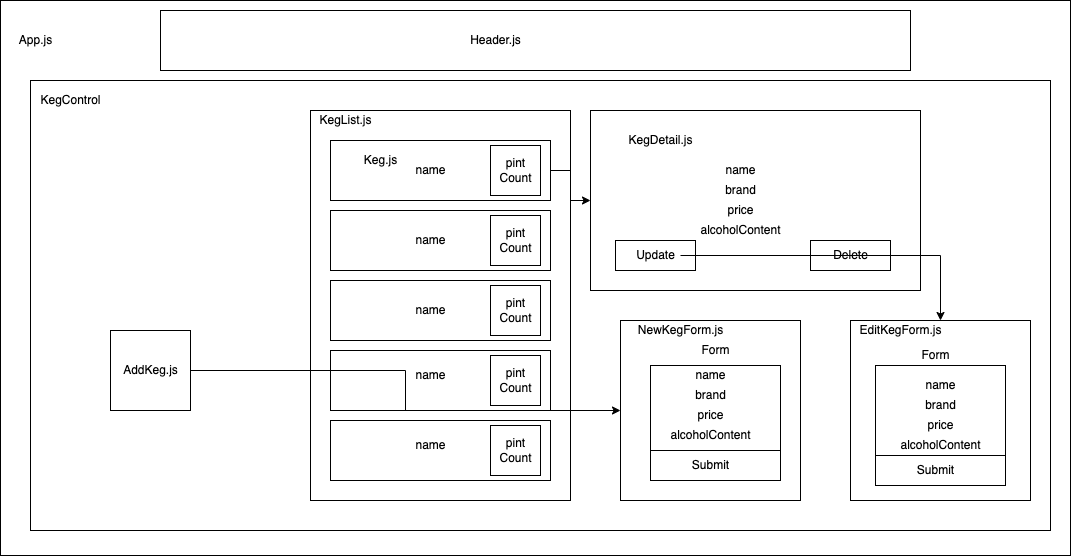
Earlier version of the draw.io export src/img/tapDiagram.png (mellowmorgan/tap-room-react). Source tidied: cells renumbered, new cells last; positions are measured from the earlier drawing's top-left corner, leaving out a move shared by most shapes. The source it was exported from:
```xml
<mxGraphModel>
  <root>
    <mxCell id="0" />
    <mxCell id="1" parent="0" />
    <mxCell id="2" style="rounded=0;whiteSpace=wrap;html=1;" parent="1" vertex="1">
      <mxGeometry width="1070" height="555" as="geometry" />
    </mxCell>
    <mxCell id="3" style="rounded=0;whiteSpace=wrap;html=1;" parent="1" vertex="1">
      <mxGeometry x="30" y="80" width="1020" height="450" as="geometry" />
    </mxCell>
    <mxCell id="4" style="rounded=0;whiteSpace=wrap;html=1;" parent="1" vertex="1">
      <mxGeometry x="850" y="320" width="180" height="180" as="geometry" />
    </mxCell>
    <mxCell id="5" style="rounded=0;whiteSpace=wrap;html=1;" parent="1" vertex="1">
      <mxGeometry x="875" y="365" width="130" height="90" as="geometry" />
    </mxCell>
    <mxCell id="6" value="KegControl" style="text;html=1;align=center;verticalAlign=middle;fillColor=none;strokeColor=none;rounded=0;" parent="1" vertex="1">
      <mxGeometry x="30" y="90" width="80" height="20" as="geometry" />
    </mxCell>
    <mxCell id="7" style="rounded=0;whiteSpace=wrap;html=1;" parent="1" vertex="1">
      <mxGeometry x="310" y="110" width="260" height="390" as="geometry" />
    </mxCell>
    <mxCell id="8" style="rounded=0;whiteSpace=wrap;html=1;" parent="1" vertex="1">
      <mxGeometry x="330" y="140" width="220" height="60" as="geometry" />
    </mxCell>
    <mxCell id="9" style="rounded=0;whiteSpace=wrap;html=1;" parent="1" vertex="1">
      <mxGeometry x="330" y="210" width="220" height="60" as="geometry" />
    </mxCell>
    <mxCell id="10" style="rounded=0;whiteSpace=wrap;html=1;" parent="1" vertex="1">
      <mxGeometry x="330" y="280" width="220" height="60" as="geometry" />
    </mxCell>
    <mxCell id="11" style="rounded=0;whiteSpace=wrap;html=1;" parent="1" vertex="1">
      <mxGeometry x="330" y="350" width="220" height="60" as="geometry" />
    </mxCell>
    <mxCell id="12" style="rounded=0;whiteSpace=wrap;html=1;" parent="1" vertex="1">
      <mxGeometry x="330" y="420" width="220" height="60" as="geometry" />
    </mxCell>
    <mxCell id="13" style="edgeStyle=orthogonalEdgeStyle;rounded=0;jettySize=auto;html=1;" parent="1" edge="1" source="14" target="42">
      <mxGeometry relative="1" as="geometry" />
    </mxCell>
    <mxCell id="14" style="whiteSpace=wrap;html=1;" parent="1" vertex="1">
      <mxGeometry x="110" y="330" width="80" height="80" as="geometry" />
    </mxCell>
    <mxCell id="15" value="KegList.js" style="text;html=1;align=center;verticalAlign=middle;fillColor=none;strokeColor=none;rounded=0;" parent="1" vertex="1">
      <mxGeometry x="310" y="110" width="70" height="20" as="geometry" />
    </mxCell>
    <mxCell id="16" value="Keg.js" style="text;html=1;align=center;verticalAlign=middle;fillColor=none;strokeColor=none;rounded=0;" parent="1" vertex="1">
      <mxGeometry x="355" y="150" width="50" height="20" as="geometry" />
    </mxCell>
    <mxCell id="17" value="AddKeg.js" style="text;html=1;align=center;verticalAlign=middle;fillColor=none;strokeColor=none;rounded=0;" parent="1" vertex="1">
      <mxGeometry x="115" y="360" width="70" height="20" as="geometry" />
    </mxCell>
    <mxCell id="18" value="App.js" style="text;html=1;align=center;verticalAlign=middle;fillColor=none;strokeColor=none;rounded=0;" parent="1" vertex="1">
      <mxGeometry x="10" y="30" width="50" height="20" as="geometry" />
    </mxCell>
    <mxCell id="19" style="rounded=0;whiteSpace=wrap;html=1;" parent="1" vertex="1">
      <mxGeometry x="590" y="110" width="330" height="180" as="geometry" />
    </mxCell>
    <mxCell id="20" value="KegDetail.js" style="text;html=1;align=center;verticalAlign=middle;fillColor=none;strokeColor=none;rounded=0;" parent="1" vertex="1">
      <mxGeometry x="620" y="130" width="80" height="20" as="geometry" />
    </mxCell>
    <mxCell id="21" value="name" style="text;html=1;align=center;verticalAlign=middle;fillColor=none;strokeColor=none;rounded=0;" parent="1" vertex="1">
      <mxGeometry x="715" y="160" width="50" height="20" as="geometry" />
    </mxCell>
    <mxCell id="22" value="brand" style="text;html=1;align=center;verticalAlign=middle;fillColor=none;strokeColor=none;rounded=0;" parent="1" vertex="1">
      <mxGeometry x="715" y="180" width="50" height="20" as="geometry" />
    </mxCell>
    <mxCell id="23" value="price" style="text;html=1;align=center;verticalAlign=middle;fillColor=none;strokeColor=none;rounded=0;" parent="1" vertex="1">
      <mxGeometry x="720" y="200" width="40" height="20" as="geometry" />
    </mxCell>
    <mxCell id="24" style="rounded=0;whiteSpace=wrap;html=1;" parent="1" vertex="1">
      <mxGeometry x="615" y="240" width="80" height="30" as="geometry" />
    </mxCell>
    <mxCell id="25" style="rounded=0;whiteSpace=wrap;html=1;" parent="1" vertex="1">
      <mxGeometry x="810" y="240" width="80" height="30" as="geometry" />
    </mxCell>
    <mxCell id="26" style="edgeStyle=orthogonalEdgeStyle;rounded=0;jettySize=auto;html=1;entryX=0.5;entryY=0;entryDx=0;entryDy=0;" parent="1" edge="1" source="27" target="4">
      <mxGeometry relative="1" as="geometry" />
    </mxCell>
    <mxCell id="27" value="Update" style="text;html=1;align=center;verticalAlign=middle;points=[];fillColor=none;strokeColor=none;rounded=0;" parent="1" vertex="1">
      <mxGeometry x="630" y="245" width="50" height="20" as="geometry" />
    </mxCell>
    <mxCell id="28" value="Delete" style="text;html=1;align=center;verticalAlign=middle;fillColor=none;strokeColor=none;rounded=0;" parent="1" vertex="1">
      <mxGeometry x="825" y="245" width="50" height="20" as="geometry" />
    </mxCell>
    <mxCell id="29" value="EditKegForm.js" style="text;html=1;align=center;verticalAlign=middle;fillColor=none;strokeColor=none;rounded=0;" parent="1" vertex="1">
      <mxGeometry x="850" y="320" width="100" height="20" as="geometry" />
    </mxCell>
    <mxCell id="30" value="name" style="text;html=1;align=center;verticalAlign=middle;fillColor=none;strokeColor=none;rounded=0;" parent="1" vertex="1">
      <mxGeometry x="915" y="375" width="50" height="20" as="geometry" />
    </mxCell>
    <mxCell id="31" value="brand" style="text;html=1;align=center;verticalAlign=middle;fillColor=none;strokeColor=none;rounded=0;" parent="1" vertex="1">
      <mxGeometry x="915" y="395" width="50" height="20" as="geometry" />
    </mxCell>
    <mxCell id="32" value="price" style="text;html=1;align=center;verticalAlign=middle;fillColor=none;strokeColor=none;rounded=0;" parent="1" vertex="1">
      <mxGeometry x="920" y="415" width="40" height="20" as="geometry" />
    </mxCell>
    <mxCell id="33" value="Form" style="text;html=1;align=center;verticalAlign=middle;fillColor=none;strokeColor=none;rounded=0;" parent="1" vertex="1">
      <mxGeometry x="915" y="345" width="40" height="20" as="geometry" />
    </mxCell>
    <mxCell id="34" style="rounded=0;whiteSpace=wrap;html=1;" parent="1" vertex="1">
      <mxGeometry x="875" y="455" width="130" height="30" as="geometry" />
    </mxCell>
    <mxCell id="35" value="Submit" style="text;html=1;align=center;verticalAlign=middle;fillColor=none;strokeColor=none;rounded=0;" parent="1" vertex="1">
      <mxGeometry x="910" y="460" width="50" height="20" as="geometry" />
    </mxCell>
    <mxCell id="36" style="rounded=0;whiteSpace=wrap;html=1;" parent="1" vertex="1">
      <mxGeometry x="160" y="10" width="750" height="60" as="geometry" />
    </mxCell>
    <mxCell id="37" value="Header.js" style="text;html=1;align=center;verticalAlign=middle;fillColor=none;strokeColor=none;rounded=0;" parent="1" vertex="1">
      <mxGeometry x="460" y="30" width="70" height="20" as="geometry" />
    </mxCell>
    <mxCell id="38" style="edgeStyle=orthogonalEdgeStyle;rounded=0;jettySize=auto;html=1;exitX=1;exitY=0.5;exitDx=0;exitDy=0;" parent="1" edge="1" source="8" target="19">
      <mxGeometry relative="1" as="geometry" />
    </mxCell>
    <mxCell id="39" value="alcoholContent" style="text;html=1;align=center;verticalAlign=middle;fillColor=none;strokeColor=none;rounded=0;" parent="1" vertex="1">
      <mxGeometry x="690" y="220" width="100" height="20" as="geometry" />
    </mxCell>
    <mxCell id="40" value="name" style="text;html=1;align=center;verticalAlign=middle;fillColor=none;strokeColor=none;rounded=0;" parent="1" vertex="1">
      <mxGeometry x="405" y="160" width="50" height="20" as="geometry" />
    </mxCell>
    <mxCell id="41" value="alcoholContent" style="text;html=1;align=center;verticalAlign=middle;fillColor=none;strokeColor=none;rounded=0;" parent="1" vertex="1">
      <mxGeometry x="890" y="435" width="100" height="20" as="geometry" />
    </mxCell>
    <mxCell id="42" style="rounded=0;whiteSpace=wrap;html=1;" parent="1" vertex="1">
      <mxGeometry x="620" y="320" width="180" height="180" as="geometry" />
    </mxCell>
    <mxCell id="43" style="rounded=0;whiteSpace=wrap;html=1;" parent="1" vertex="1">
      <mxGeometry x="650" y="365" width="130" height="90" as="geometry" />
    </mxCell>
    <mxCell id="44" style="rounded=0;whiteSpace=wrap;html=1;" parent="1" vertex="1">
      <mxGeometry x="650" y="450" width="130" height="30" as="geometry" />
    </mxCell>
    <mxCell id="45" value="name" style="text;html=1;align=center;verticalAlign=middle;fillColor=none;strokeColor=none;rounded=0;" parent="1" vertex="1">
      <mxGeometry x="685" y="365" width="50" height="20" as="geometry" />
    </mxCell>
    <mxCell id="46" value="brand" style="text;html=1;align=center;verticalAlign=middle;fillColor=none;strokeColor=none;rounded=0;" parent="1" vertex="1">
      <mxGeometry x="685" y="385" width="50" height="20" as="geometry" />
    </mxCell>
    <mxCell id="47" value="price" style="text;html=1;align=center;verticalAlign=middle;fillColor=none;strokeColor=none;rounded=0;" parent="1" vertex="1">
      <mxGeometry x="690" y="405" width="40" height="20" as="geometry" />
    </mxCell>
    <mxCell id="48" value="alcoholContent" style="text;html=1;align=center;verticalAlign=middle;fillColor=none;strokeColor=none;rounded=0;" parent="1" vertex="1">
      <mxGeometry x="660" y="425" width="100" height="20" as="geometry" />
    </mxCell>
    <mxCell id="49" value="Submit" style="text;html=1;align=center;verticalAlign=middle;fillColor=none;strokeColor=none;rounded=0;" parent="1" vertex="1">
      <mxGeometry x="685" y="455" width="50" height="20" as="geometry" />
    </mxCell>
    <mxCell id="50" value="NewKegForm.js" style="text;html=1;align=center;verticalAlign=middle;fillColor=none;strokeColor=none;rounded=0;" parent="1" vertex="1">
      <mxGeometry x="630" y="320" width="100" height="20" as="geometry" />
    </mxCell>
    <mxCell id="51" value="Form" style="text;html=1;align=center;verticalAlign=middle;fillColor=none;strokeColor=none;rounded=0;" parent="1" vertex="1">
      <mxGeometry x="695" y="340" width="40" height="20" as="geometry" />
    </mxCell>
    <mxCell id="52" style="whiteSpace=wrap;html=1;" parent="1" vertex="1">
      <mxGeometry x="490" y="145" width="50" height="50" as="geometry" />
    </mxCell>
    <mxCell id="53" value="pint&lt;br&gt;Count" style="text;html=1;align=center;verticalAlign=middle;fillColor=none;strokeColor=none;rounded=0;" parent="1" vertex="1">
      <mxGeometry x="490" y="155" width="50" height="30" as="geometry" />
    </mxCell>
    <mxCell id="54" style="whiteSpace=wrap;html=1;" parent="1" vertex="1">
      <mxGeometry x="490" y="425" width="50" height="50" as="geometry" />
    </mxCell>
    <mxCell id="55" value="pint&lt;br&gt;Count" style="text;html=1;align=center;verticalAlign=middle;fillColor=none;strokeColor=none;rounded=0;" parent="1" vertex="1">
      <mxGeometry x="490" y="435" width="50" height="30" as="geometry" />
    </mxCell>
    <mxCell id="56" style="whiteSpace=wrap;html=1;" parent="1" vertex="1">
      <mxGeometry x="490" y="355" width="50" height="50" as="geometry" />
    </mxCell>
    <mxCell id="57" value="pint&lt;br&gt;Count" style="text;html=1;align=center;verticalAlign=middle;fillColor=none;strokeColor=none;rounded=0;" parent="1" vertex="1">
      <mxGeometry x="490" y="365" width="50" height="30" as="geometry" />
    </mxCell>
    <mxCell id="58" style="whiteSpace=wrap;html=1;" parent="1" vertex="1">
      <mxGeometry x="490" y="285" width="50" height="50" as="geometry" />
    </mxCell>
    <mxCell id="59" value="pint&lt;br&gt;Count" style="text;html=1;align=center;verticalAlign=middle;fillColor=none;strokeColor=none;rounded=0;" parent="1" vertex="1">
      <mxGeometry x="490" y="295" width="50" height="30" as="geometry" />
    </mxCell>
    <mxCell id="60" style="whiteSpace=wrap;html=1;" parent="1" vertex="1">
      <mxGeometry x="490" y="215" width="50" height="50" as="geometry" />
    </mxCell>
    <mxCell id="61" value="pint&lt;br&gt;Count" style="text;html=1;align=center;verticalAlign=middle;fillColor=none;strokeColor=none;rounded=0;" parent="1" vertex="1">
      <mxGeometry x="490" y="225" width="50" height="30" as="geometry" />
    </mxCell>
    <mxCell id="62" value="name" style="text;html=1;align=center;verticalAlign=middle;fillColor=none;strokeColor=none;rounded=0;" parent="1" vertex="1">
      <mxGeometry x="405" y="230" width="50" height="20" as="geometry" />
    </mxCell>
    <mxCell id="63" value="name" style="text;html=1;align=center;verticalAlign=middle;fillColor=none;strokeColor=none;rounded=0;" parent="1" vertex="1">
      <mxGeometry x="405" y="435" width="50" height="20" as="geometry" />
    </mxCell>
    <mxCell id="64" value="name" style="text;html=1;align=center;verticalAlign=middle;fillColor=none;strokeColor=none;rounded=0;" parent="1" vertex="1">
      <mxGeometry x="405" y="365" width="50" height="20" as="geometry" />
    </mxCell>
    <mxCell id="65" value="name" style="text;html=1;align=center;verticalAlign=middle;fillColor=none;strokeColor=none;rounded=0;" parent="1" vertex="1">
      <mxGeometry x="405" y="300" width="50" height="20" as="geometry" />
    </mxCell>
  </root>
</mxGraphModel>
```
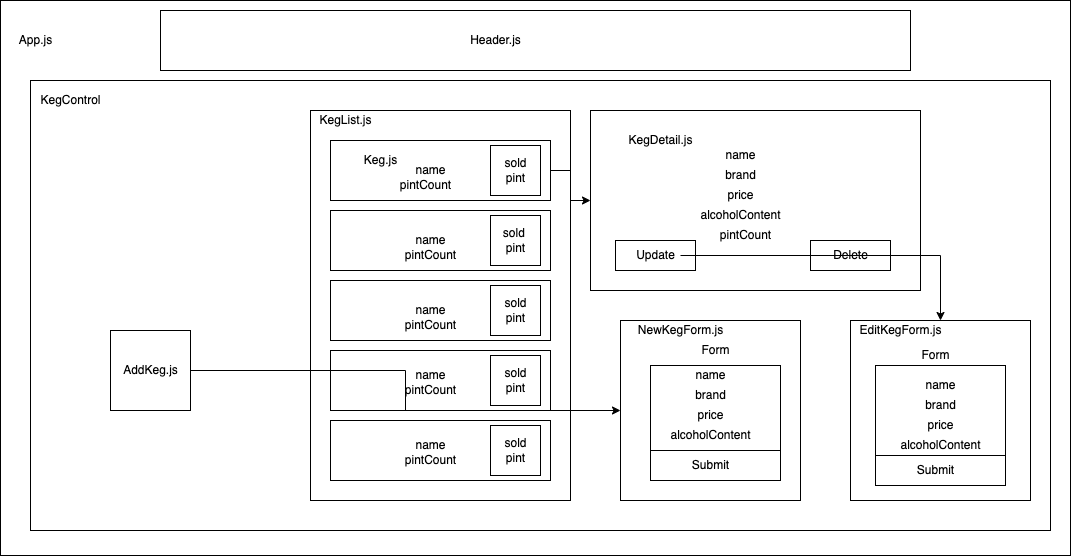
After the commit.

What changed in the source:
```diff
@@ -60,13 +60,13 @@
       <mxGeometry x="620" y="130" width="80" height="20" as="geometry" />
     </mxCell>
     <mxCell id="21" value="name" style="text;html=1;align=center;verticalAlign=middle;fillColor=none;strokeColor=none;rounded=0;" parent="1" vertex="1">
-      <mxGeometry x="715" y="160" width="50" height="20" as="geometry" />
+      <mxGeometry x="715" y="145" width="50" height="20" as="geometry" />
     </mxCell>
     <mxCell id="22" value="brand" style="text;html=1;align=center;verticalAlign=middle;fillColor=none;strokeColor=none;rounded=0;" parent="1" vertex="1">
-      <mxGeometry x="715" y="180" width="50" height="20" as="geometry" />
+      <mxGeometry x="715" y="165" width="50" height="20" as="geometry" />
     </mxCell>
     <mxCell id="23" value="price" style="text;html=1;align=center;verticalAlign=middle;fillColor=none;strokeColor=none;rounded=0;" parent="1" vertex="1">
-      <mxGeometry x="720" y="200" width="40" height="20" as="geometry" />
+      <mxGeometry x="720" y="185" width="40" height="20" as="geometry" />
     </mxCell>
     <mxCell id="24" style="rounded=0;whiteSpace=wrap;html=1;" parent="1" vertex="1">
       <mxGeometry x="615" y="240" width="80" height="30" as="geometry" />
@@ -114,7 +114,7 @@
       <mxGeometry relative="1" as="geometry" />
     </mxCell>
     <mxCell id="39" value="alcoholContent" style="text;html=1;align=center;verticalAlign=middle;fillColor=none;strokeColor=none;rounded=0;" parent="1" vertex="1">
-      <mxGeometry x="690" y="220" width="100" height="20" as="geometry" />
+      <mxGeometry x="690" y="205" width="100" height="20" as="geometry" />
     </mxCell>
     <mxCell id="40" value="name" style="text;html=1;align=center;verticalAlign=middle;fillColor=none;strokeColor=none;rounded=0;" parent="1" vertex="1">
       <mxGeometry x="405" y="160" width="50" height="20" as="geometry" />
@@ -155,32 +155,32 @@
     <mxCell id="52" style="whiteSpace=wrap;html=1;" parent="1" vertex="1">
       <mxGeometry x="490" y="145" width="50" height="50" as="geometry" />
     </mxCell>
-    <mxCell id="53" value="pint&lt;br&gt;Count" style="text;html=1;align=center;verticalAlign=middle;fillColor=none;strokeColor=none;rounded=0;" parent="1" vertex="1">
-      <mxGeometry x="490" y="155" width="50" height="30" as="geometry" />
+    <mxCell id="53" value="sold&lt;br&gt;pint" style="text;html=1;align=center;verticalAlign=middle;fillColor=none;strokeColor=none;rounded=0;" parent="1" vertex="1">
+      <mxGeometry x="495" y="155" width="40" height="30" as="geometry" />
     </mxCell>
     <mxCell id="54" style="whiteSpace=wrap;html=1;" parent="1" vertex="1">
       <mxGeometry x="490" y="425" width="50" height="50" as="geometry" />
     </mxCell>
-    <mxCell id="55" value="pint&lt;br&gt;Count" style="text;html=1;align=center;verticalAlign=middle;fillColor=none;strokeColor=none;rounded=0;" parent="1" vertex="1">
-      <mxGeometry x="490" y="435" width="50" height="30" as="geometry" />
+    <mxCell id="55" value="sold&lt;br&gt;pint" style="text;html=1;align=center;verticalAlign=middle;fillColor=none;strokeColor=none;rounded=0;" parent="1" vertex="1">
+      <mxGeometry x="495" y="435" width="40" height="30" as="geometry" />
     </mxCell>
     <mxCell id="56" style="whiteSpace=wrap;html=1;" parent="1" vertex="1">
       <mxGeometry x="490" y="355" width="50" height="50" as="geometry" />
     </mxCell>
-    <mxCell id="57" value="pint&lt;br&gt;Count" style="text;html=1;align=center;verticalAlign=middle;fillColor=none;strokeColor=none;rounded=0;" parent="1" vertex="1">
-      <mxGeometry x="490" y="365" width="50" height="30" as="geometry" />
+    <mxCell id="57" value="sold&lt;br&gt;pint" style="text;html=1;align=center;verticalAlign=middle;fillColor=none;strokeColor=none;rounded=0;" parent="1" vertex="1">
+      <mxGeometry x="495" y="365" width="40" height="30" as="geometry" />
     </mxCell>
     <mxCell id="58" style="whiteSpace=wrap;html=1;" parent="1" vertex="1">
       <mxGeometry x="490" y="285" width="50" height="50" as="geometry" />
     </mxCell>
-    <mxCell id="59" value="pint&lt;br&gt;Count" style="text;html=1;align=center;verticalAlign=middle;fillColor=none;strokeColor=none;rounded=0;" parent="1" vertex="1">
-      <mxGeometry x="490" y="295" width="50" height="30" as="geometry" />
+    <mxCell id="59" value="sold&lt;br&gt;pint" style="text;html=1;align=center;verticalAlign=middle;fillColor=none;strokeColor=none;rounded=0;" parent="1" vertex="1">
+      <mxGeometry x="495" y="295" width="40" height="30" as="geometry" />
     </mxCell>
     <mxCell id="60" style="whiteSpace=wrap;html=1;" parent="1" vertex="1">
       <mxGeometry x="490" y="215" width="50" height="50" as="geometry" />
     </mxCell>
-    <mxCell id="61" value="pint&lt;br&gt;Count" style="text;html=1;align=center;verticalAlign=middle;fillColor=none;strokeColor=none;rounded=0;" parent="1" vertex="1">
-      <mxGeometry x="490" y="225" width="50" height="30" as="geometry" />
+    <mxCell id="61" value="sold &lt;br&gt;pint" style="text;html=1;align=center;verticalAlign=middle;fillColor=none;strokeColor=none;rounded=0;" parent="1" vertex="1">
+      <mxGeometry x="495" y="225" width="40" height="30" as="geometry" />
     </mxCell>
     <mxCell id="62" value="name" style="text;html=1;align=center;verticalAlign=middle;fillColor=none;strokeColor=none;rounded=0;" parent="1" vertex="1">
       <mxGeometry x="405" y="230" width="50" height="20" as="geometry" />
@@ -194,5 +194,23 @@
     <mxCell id="65" value="name" style="text;html=1;align=center;verticalAlign=middle;fillColor=none;strokeColor=none;rounded=0;" parent="1" vertex="1">
       <mxGeometry x="405" y="300" width="50" height="20" as="geometry" />
     </mxCell>
+    <mxCell id="66" value="pintCount" style="text;html=1;align=center;verticalAlign=middle;fillColor=none;strokeColor=none;rounded=0;" parent="1" vertex="1">
+      <mxGeometry x="710" y="225" width="70" height="20" as="geometry" />
+    </mxCell>
+    <mxCell id="67" value="pintCount" style="text;html=1;align=center;verticalAlign=middle;fillColor=none;strokeColor=none;rounded=0;" parent="1" vertex="1">
+      <mxGeometry x="390" y="175" width="70" height="20" as="geometry" />
+    </mxCell>
+    <mxCell id="68" value="pintCount" style="text;html=1;align=center;verticalAlign=middle;fillColor=none;strokeColor=none;rounded=0;" parent="1" vertex="1">
+      <mxGeometry x="395" y="315" width="70" height="20" as="geometry" />
+    </mxCell>
+    <mxCell id="69" value="pintCount" style="text;html=1;align=center;verticalAlign=middle;fillColor=none;strokeColor=none;rounded=0;" parent="1" vertex="1">
+      <mxGeometry x="395" y="245" width="70" height="20" as="geometry" />
+    </mxCell>
+    <mxCell id="70" value="pintCount" style="text;html=1;align=center;verticalAlign=middle;fillColor=none;strokeColor=none;rounded=0;" parent="1" vertex="1">
+      <mxGeometry x="395" y="450" width="70" height="20" as="geometry" />
+    </mxCell>
+    <mxCell id="71" value="pintCount" style="text;html=1;align=center;verticalAlign=middle;fillColor=none;strokeColor=none;rounded=0;" parent="1" vertex="1">
+      <mxGeometry x="395" y="380" width="70" height="20" as="geometry" />
+    </mxCell>
   </root>
 </mxGraphModel>
```
